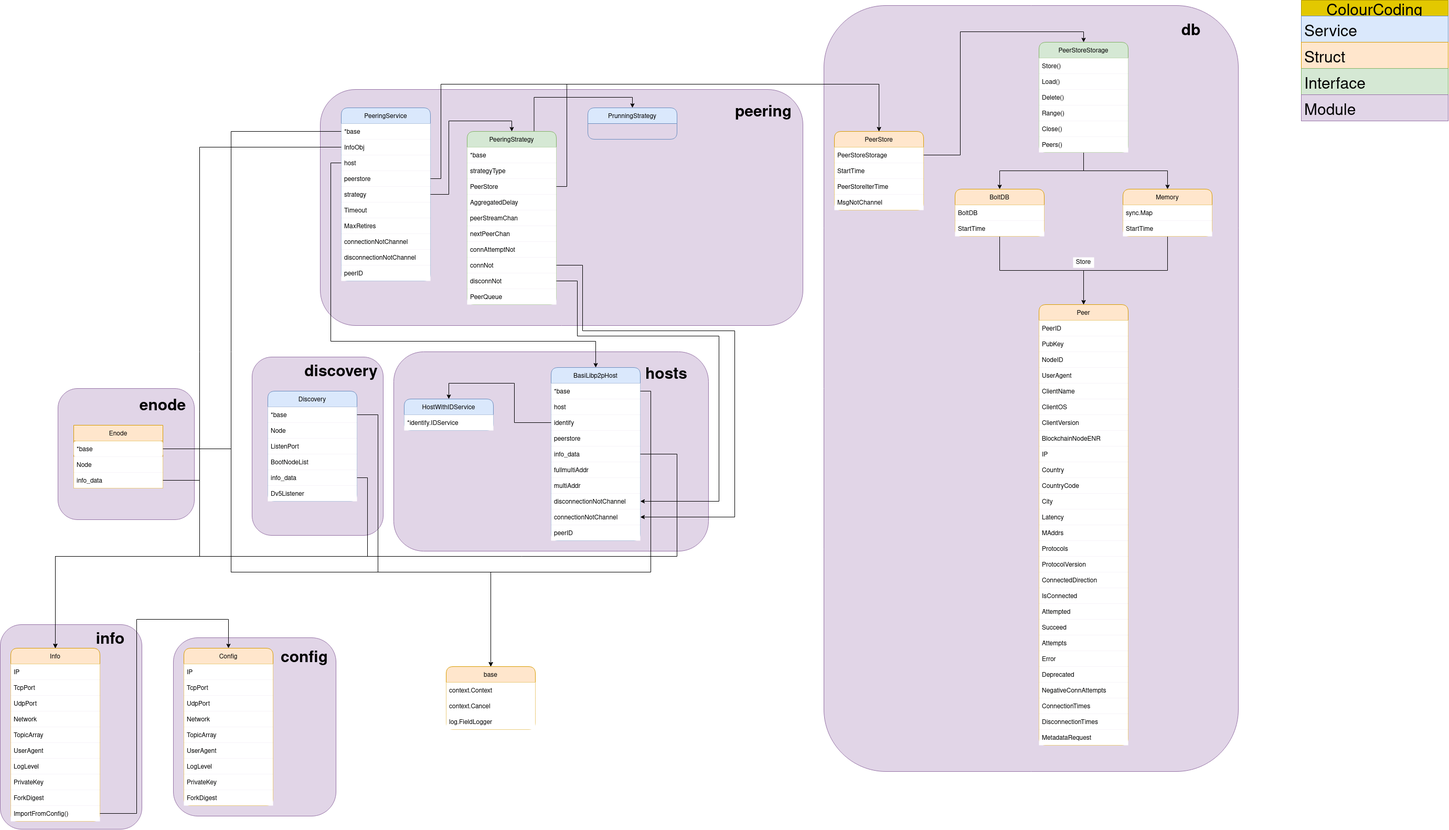
The draw.io diagram doc/modules/Armiarma_packages.drawio.png in migalabs/armiarma, before a commit. Source tidied: cells renumbered, new cells last; positions are measured from the earlier drawing's top-left corner, leaving out a move shared by most shapes.
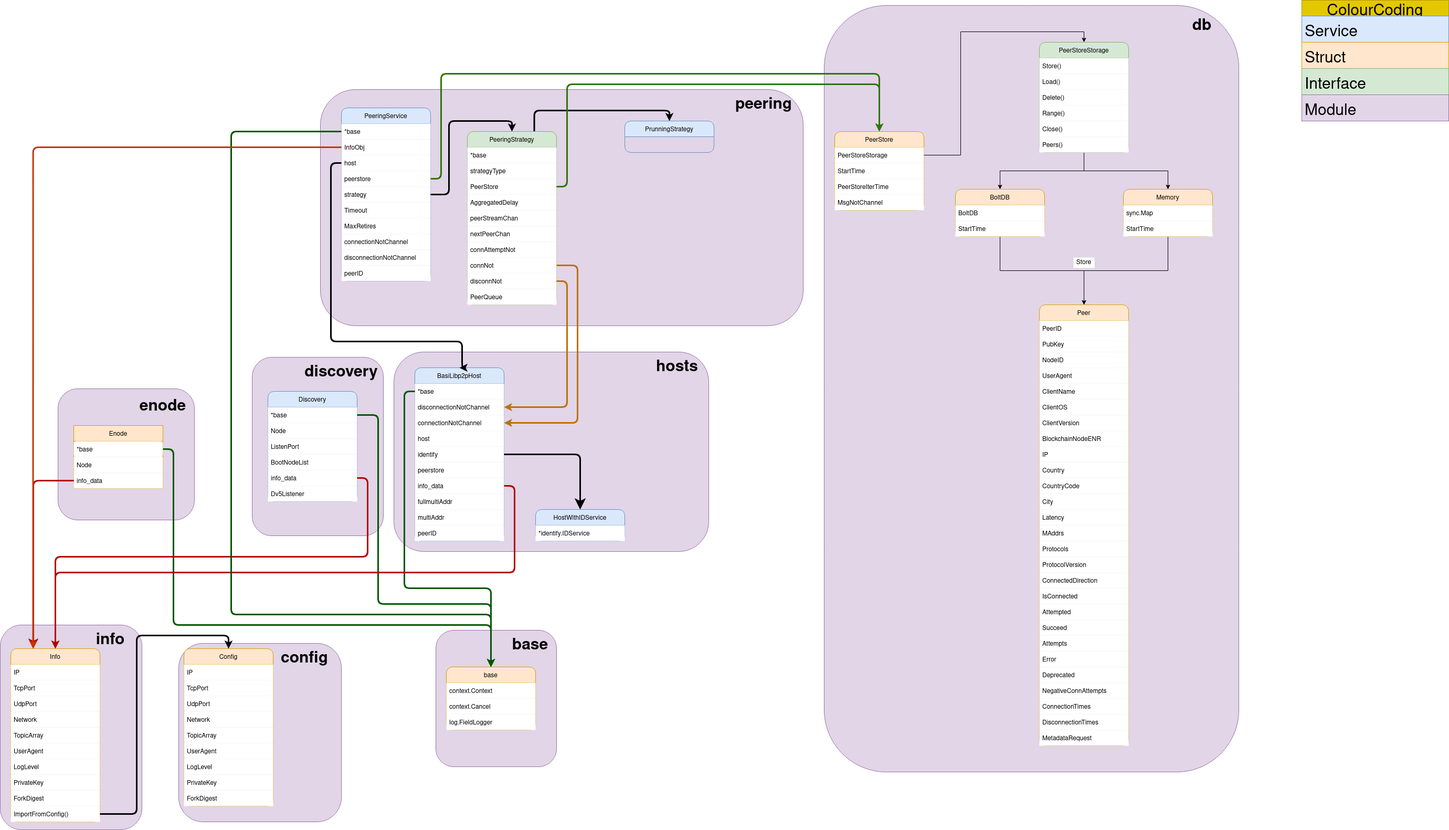
After the change.

Diff of the diagram source:
```diff
@@ -4,2 +4,5 @@
     <mxCell id="1" parent="0" />
+    <mxCell id="162" style="rounded=1;whiteSpace=wrap;html=1;fillColor=#e1d5e7;default;strokeColor=#9673a6;" parent="1" vertex="1">
+      <mxGeometry x="340" y="1225" width="310" height="340" as="geometry" />
+    </mxCell>
     <mxCell id="2" style="rounded=1;whiteSpace=wrap;html=1;fillColor=#e1d5e7;default;strokeColor=#9673a6;" parent="1" vertex="1">
@@ -14,3 +17,3 @@
     <mxCell id="5" style="rounded=1;whiteSpace=wrap;html=1;fillColor=#e1d5e7;default;strokeColor=#9673a6;" parent="1" vertex="1">
-      <mxGeometry x="330" y="1215" width="310" height="340" as="geometry" />
+      <mxGeometry x="830" y="1200" width="230" height="260" as="geometry" />
     </mxCell>
@@ -130,3 +133,3 @@
     </mxCell>
-    <mxCell id="44" style="edgeStyle=orthogonalEdgeStyle;rounded=0;jettySize=auto;html=1;exitX=1;exitY=0.5;exitDx=0;exitDy=0;entryX=0.5;entryY=0;entryDx=0;entryDy=0;" parent="1" edge="1" source="34" target="40">
+    <mxCell id="44" style="edgeStyle=orthogonalEdgeStyle;jettySize=auto;html=1;exitX=1;exitY=0.5;exitDx=0;exitDy=0;entryX=0.5;entryY=0;entryDx=0;entryDy=0;fillColor=#008a00;strokeColor=#005700;strokeWidth=3;rounded=1;" parent="1" edge="1" source="34" target="40">
       <mxGeometry relative="1" as="geometry">
@@ -134,4 +137,4 @@
           <mxPoint x="720" y="790" />
-          <mxPoint x="720" y="1090" />
-          <mxPoint x="935" y="1090" />
+          <mxPoint x="720" y="1150" />
+          <mxPoint x="935" y="1150" />
         </Array>
@@ -139,8 +142,8 @@
     </mxCell>
-    <mxCell id="45" style="edgeStyle=orthogonalEdgeStyle;rounded=0;jettySize=auto;html=1;exitX=1;exitY=0.5;exitDx=0;exitDy=0;entryX=0.5;entryY=0;entryDx=0;entryDy=0;" parent="1" edge="1" source="30" target="40">
+    <mxCell id="45" style="edgeStyle=orthogonalEdgeStyle;jettySize=auto;html=1;exitX=1;exitY=0.5;exitDx=0;exitDy=0;entryX=0.5;entryY=0;entryDx=0;entryDy=0;fillColor=#008a00;strokeColor=#005700;strokeWidth=3;rounded=1;" parent="1" edge="1" source="30" target="40">
       <mxGeometry relative="1" as="geometry">
         <Array as="points">
-          <mxPoint x="440" y="855" />
-          <mxPoint x="440" y="1090" />
-          <mxPoint x="935" y="1090" />
+          <mxPoint x="330" y="855" />
+          <mxPoint x="330" y="1190" />
+          <mxPoint x="935" y="1190" />
         </Array>
@@ -148,3 +151,3 @@
     </mxCell>
-    <mxCell id="46" style="edgeStyle=orthogonalEdgeStyle;rounded=0;jettySize=auto;html=1;exitX=1;exitY=0.5;exitDx=0;exitDy=0;entryX=0.5;entryY=0;entryDx=0;entryDy=0;" parent="1" edge="1" source="38" target="8">
+    <mxCell id="46" style="edgeStyle=orthogonalEdgeStyle;jettySize=auto;html=1;exitX=1;exitY=0.5;exitDx=0;exitDy=0;fillColor=#e51400;strokeColor=#B20000;strokeWidth=3;entryX=0.5;entryY=0;entryDx=0;entryDy=0;rounded=1;" parent="1" edge="1" source="38" target="8">
       <mxGeometry relative="1" as="geometry">
@@ -157,8 +160,7 @@
     </mxCell>
-    <mxCell id="47" style="edgeStyle=orthogonalEdgeStyle;rounded=0;jettySize=auto;html=1;exitX=1;exitY=0.5;exitDx=0;exitDy=0;entryX=0.5;entryY=0;entryDx=0;entryDy=0;" parent="1" edge="1" source="32" target="8">
+    <mxCell id="47" style="edgeStyle=orthogonalEdgeStyle;jettySize=auto;html=1;exitX=0;exitY=0.5;exitDx=0;exitDy=0;entryX=0.25;entryY=0;entryDx=0;entryDy=0;fillColor=#e51400;strokeColor=#B20000;strokeWidth=3;endSize=10;rounded=1;" parent="1" edge="1" source="32" target="8">
       <mxGeometry relative="1" as="geometry">
         <Array as="points">
-          <mxPoint x="380" y="915" />
-          <mxPoint x="380" y="1060" />
-          <mxPoint x="105" y="1060" />
+          <mxPoint x="63" y="915" />
+          <mxPoint x="63" y="1235" />
         </Array>
@@ -166,3 +168,3 @@
     </mxCell>
-    <mxCell id="48" style="edgeStyle=orthogonalEdgeStyle;rounded=0;jettySize=auto;html=1;exitX=1;exitY=0.5;exitDx=0;exitDy=0;entryX=0.5;entryY=0;entryDx=0;entryDy=0;" parent="1" edge="1" source="18" target="19">
+    <mxCell id="48" style="edgeStyle=orthogonalEdgeStyle;jettySize=auto;html=1;exitX=1;exitY=0.5;exitDx=0;exitDy=0;entryX=0.5;entryY=0;entryDx=0;entryDy=0;strokeWidth=3;fillColor=#76608a;strokeColor=#020103;rounded=1;" parent="1" edge="1" source="18" target="19">
       <mxGeometry relative="1" as="geometry">
@@ -170,4 +172,4 @@
           <mxPoint x="260" y="1550" />
-          <mxPoint x="260" y="1180" />
-          <mxPoint x="435" y="1180" />
+          <mxPoint x="260" y="1210" />
+          <mxPoint x="435" y="1210" />
         </Array>
@@ -176,3 +178,3 @@
     <mxCell id="49" value="BasiLibp2pHost" style="swimlane;fontStyle=0;horizontal=1;startSize=30;fillColor=#dae8fc;strokeColor=#6c8ebf;rounded=1;" parent="1" vertex="1">
-      <mxGeometry x="1050" y="700" width="170" height="330" as="geometry" />
+      <mxGeometry x="790" y="700" width="170" height="330" as="geometry" />
     </mxCell>
@@ -181,26 +183,26 @@
     </mxCell>
+    <mxCell id="57" value="disconnectionNotChannel" style="text;strokeColor=none;fillColor=default;align=left;verticalAlign=middle;spacingLeft=4;spacingRight=4;overflow=hidden;points=[[0,0.5],[1,0.5]];portConstraint=eastwest;" parent="49" vertex="1">
+      <mxGeometry y="60" width="170" height="30" as="geometry" />
+    </mxCell>
+    <mxCell id="58" value="connectionNotChannel" style="text;strokeColor=none;fillColor=default;align=left;verticalAlign=middle;spacingLeft=4;spacingRight=4;overflow=hidden;points=[[0,0.5],[1,0.5]];portConstraint=eastwest;" parent="49" vertex="1">
+      <mxGeometry y="90" width="170" height="30" as="geometry" />
+    </mxCell>
     <mxCell id="51" value="host" style="text;strokeColor=none;fillColor=default;align=left;verticalAlign=middle;spacingLeft=4;spacingRight=4;overflow=hidden;" parent="49" vertex="1">
-      <mxGeometry y="60" width="170" height="30" as="geometry" />
+      <mxGeometry y="120" width="170" height="30" as="geometry" />
     </mxCell>
     <mxCell id="52" value="identify" style="text;strokeColor=none;fillColor=default;align=left;verticalAlign=middle;spacingLeft=4;spacingRight=4;overflow=hidden;points=[[0,0.5],[1,0.5]];portConstraint=eastwest;" parent="49" vertex="1">
-      <mxGeometry y="90" width="170" height="30" as="geometry" />
+      <mxGeometry y="150" width="170" height="30" as="geometry" />
     </mxCell>
     <mxCell id="53" value="peerstore" style="text;strokeColor=none;fillColor=default;align=left;verticalAlign=middle;spacingLeft=4;spacingRight=4;overflow=hidden;" parent="49" vertex="1">
-      <mxGeometry y="120" width="170" height="30" as="geometry" />
+      <mxGeometry y="180" width="170" height="30" as="geometry" />
     </mxCell>
     <mxCell id="54" value="info_data" style="text;strokeColor=none;fillColor=default;align=left;verticalAlign=middle;spacingLeft=4;spacingRight=4;overflow=hidden;points=[[0,0.5],[1,0.5]];portConstraint=eastwest;" parent="49" vertex="1">
-      <mxGeometry y="150" width="170" height="30" as="geometry" />
+      <mxGeometry y="210" width="170" height="30" as="geometry" />
     </mxCell>
     <mxCell id="55" value="fullmultiAddr" style="text;strokeColor=none;fillColor=default;align=left;verticalAlign=middle;spacingLeft=4;spacingRight=4;overflow=hidden;" parent="49" vertex="1">
-      <mxGeometry y="180" width="170" height="30" as="geometry" />
+      <mxGeometry y="240" width="170" height="30" as="geometry" />
     </mxCell>
     <mxCell id="56" value="multiAddr" style="text;strokeColor=none;fillColor=default;align=left;verticalAlign=middle;spacingLeft=4;spacingRight=4;overflow=hidden;" parent="49" vertex="1">
-      <mxGeometry y="210" width="170" height="30" as="geometry" />
+      <mxGeometry y="270" width="170" height="30" as="geometry" />
     </mxCell>
-    <mxCell id="57" value="disconnectionNotChannel" style="text;strokeColor=none;fillColor=default;align=left;verticalAlign=middle;spacingLeft=4;spacingRight=4;overflow=hidden;points=[[0,0.5],[1,0.5]];portConstraint=eastwest;" parent="49" vertex="1">
-      <mxGeometry y="240" width="170" height="30" as="geometry" />
-    </mxCell>
-    <mxCell id="58" value="connectionNotChannel" style="text;strokeColor=none;fillColor=default;align=left;verticalAlign=middle;spacingLeft=4;spacingRight=4;overflow=hidden;points=[[0,0.5],[1,0.5]];portConstraint=eastwest;" parent="49" vertex="1">
-      <mxGeometry y="270" width="170" height="30" as="geometry" />
-    </mxCell>
     <mxCell id="59" value="peerID" style="text;strokeColor=none;fillColor=default;align=left;verticalAlign=middle;spacingLeft=4;spacingRight=4;overflow=hidden;" parent="49" vertex="1">
@@ -208,8 +210,8 @@
     </mxCell>
-    <mxCell id="60" style="edgeStyle=orthogonalEdgeStyle;rounded=0;jettySize=auto;html=1;exitX=1;exitY=0.5;exitDx=0;exitDy=0;entryX=0.5;entryY=0;entryDx=0;entryDy=0;" parent="1" edge="1" source="50" target="40">
+    <mxCell id="60" style="edgeStyle=orthogonalEdgeStyle;jettySize=auto;html=1;exitX=0;exitY=0.5;exitDx=0;exitDy=0;entryX=0.5;entryY=0;entryDx=0;entryDy=0;fillColor=#008a00;strokeColor=#005700;strokeWidth=3;rounded=1;" parent="1" edge="1" source="50" target="40">
       <mxGeometry relative="1" as="geometry">
         <Array as="points">
-          <mxPoint x="1240" y="745" />
-          <mxPoint x="1240" y="1090" />
-          <mxPoint x="935" y="1090" />
+          <mxPoint x="770" y="745" />
+          <mxPoint x="770" y="1120" />
+          <mxPoint x="935" y="1120" />
         </Array>
@@ -217,8 +219,8 @@
     </mxCell>
-    <mxCell id="61" style="edgeStyle=orthogonalEdgeStyle;rounded=0;jettySize=auto;html=1;exitX=1;exitY=0.5;exitDx=0;exitDy=0;entryX=0.5;entryY=0;entryDx=0;entryDy=0;" parent="1" edge="1" source="54" target="8">
+    <mxCell id="61" style="edgeStyle=orthogonalEdgeStyle;jettySize=auto;html=1;exitX=1;exitY=0.5;exitDx=0;exitDy=0;fillColor=#e51400;strokeColor=#B20000;strokeWidth=3;entryX=0.5;entryY=0;entryDx=0;entryDy=0;rounded=1;" parent="1" edge="1" source="54" target="8">
       <mxGeometry relative="1" as="geometry">
         <Array as="points">
-          <mxPoint x="1290" y="865" />
-          <mxPoint x="1290" y="1060" />
-          <mxPoint x="105" y="1060" />
+          <mxPoint x="980" y="925" />
+          <mxPoint x="980" y="1090" />
+          <mxPoint x="105" y="1090" />
         </Array>
@@ -389,3 +391,3 @@
     <mxCell id="114" value="db" style="text;html=1;strokeColor=none;fillColor=none;align=center;verticalAlign=middle;whiteSpace=wrap;rounded=0;fontSize=30;fontStyle=1;labelBackgroundColor=none;" parent="1" vertex="1">
-      <mxGeometry x="2230" y="30" width="80" height="60" as="geometry" />
+      <mxGeometry x="2250" y="20" width="80" height="60" as="geometry" />
     </mxCell>
@@ -398,3 +400,3 @@
     <mxCell id="117" value="hosts" style="text;html=1;strokeColor=none;fillColor=none;align=center;verticalAlign=middle;whiteSpace=wrap;rounded=0;fontSize=30;fontStyle=1;labelBackgroundColor=none;" parent="1" vertex="1">
-      <mxGeometry x="1230" y="685" width="80" height="60" as="geometry" />
+      <mxGeometry x="1250" y="670" width="80" height="60" as="geometry" />
     </mxCell>
@@ -407,3 +409,3 @@
     <mxCell id="120" value="HostWithIDService" style="swimlane;fontStyle=0;horizontal=1;startSize=30;fillColor=#dae8fc;strokeColor=#6c8ebf;rounded=1;" parent="1" vertex="1">
-      <mxGeometry x="770" y="760" width="170" height="60" as="geometry" />
+      <mxGeometry x="1020" y="970" width="170" height="60" as="geometry" />
     </mxCell>
@@ -412,8 +414,6 @@
     </mxCell>
-    <mxCell id="122" style="edgeStyle=orthogonalEdgeStyle;rounded=0;jettySize=auto;html=1;exitX=0;exitY=0.5;exitDx=0;exitDy=0;entryX=0.5;entryY=0;entryDx=0;entryDy=0;fontSize=30;" parent="1" edge="1" source="52" target="120">
+    <mxCell id="122" style="edgeStyle=orthogonalEdgeStyle;rounded=1;jettySize=auto;html=1;entryX=0.5;entryY=0;entryDx=0;entryDy=0;fontSize=42;verticalAlign=middle;startSize=46;strokeWidth=3;endSize=12;exitX=1;exitY=0.5;exitDx=0;exitDy=0;" parent="1" edge="1" source="49" target="120">
       <mxGeometry relative="1" as="geometry">
         <Array as="points">
-          <mxPoint x="980" y="805" />
-          <mxPoint x="980" y="730" />
-          <mxPoint x="855" y="730" />
+          <mxPoint x="1105" y="865" />
         </Array>
@@ -458,5 +458,5 @@
     <mxCell id="135" value="peering" style="text;html=1;strokeColor=none;fillColor=none;align=center;verticalAlign=middle;whiteSpace=wrap;rounded=0;fontSize=30;fontStyle=1;labelBackgroundColor=none;" parent="1" vertex="1">
-      <mxGeometry x="1390" y="185" width="130" height="60" as="geometry" />
+      <mxGeometry x="1390" y="170" width="130" height="60" as="geometry" />
     </mxCell>
-    <mxCell id="136" style="edgeStyle=orthogonalEdgeStyle;rounded=0;jettySize=auto;html=1;entryX=0.5;entryY=0;entryDx=0;entryDy=0;fontSize=30;exitX=0;exitY=0.5;exitDx=0;exitDy=0;" parent="1" edge="1" source="125" target="40">
+    <mxCell id="136" style="edgeStyle=orthogonalEdgeStyle;jettySize=auto;html=1;entryX=0.5;entryY=0;entryDx=0;entryDy=0;fontSize=30;exitX=0;exitY=0.5;exitDx=0;exitDy=0;fillColor=#008a00;strokeColor=#005700;strokeWidth=3;rounded=1;" parent="1" edge="1" source="125" target="40">
       <mxGeometry relative="1" as="geometry">
@@ -464,4 +464,4 @@
           <mxPoint x="440" y="250" />
-          <mxPoint x="440" y="1090" />
-          <mxPoint x="935" y="1090" />
+          <mxPoint x="440" y="1170" />
+          <mxPoint x="935" y="1170" />
         </Array>
@@ -469,8 +469,6 @@
     </mxCell>
-    <mxCell id="137" style="edgeStyle=orthogonalEdgeStyle;rounded=0;jettySize=auto;html=1;exitX=0;exitY=0.5;exitDx=0;exitDy=0;entryX=0.5;entryY=0;entryDx=0;entryDy=0;fontSize=30;" parent="1" edge="1" source="126" target="8">
+    <mxCell id="137" style="edgeStyle=orthogonalEdgeStyle;jettySize=auto;html=1;exitX=0;exitY=0.5;exitDx=0;exitDy=0;fontSize=30;fillColor=#fa6800;strokeColor=#C73500;strokeWidth=3;rounded=1;entryX=0.25;entryY=0;entryDx=0;entryDy=0;" parent="1" edge="1" source="126" target="8">
       <mxGeometry relative="1" as="geometry">
         <Array as="points">
-          <mxPoint x="380" y="280" />
-          <mxPoint x="380" y="1060" />
-          <mxPoint x="105" y="1060" />
+          <mxPoint x="63" y="280" />
         </Array>
@@ -478,3 +476,3 @@
     </mxCell>
-    <mxCell id="138" style="edgeStyle=orthogonalEdgeStyle;rounded=0;jettySize=auto;html=1;exitX=0;exitY=0.5;exitDx=0;exitDy=0;entryX=0.5;entryY=0;entryDx=0;entryDy=0;fontSize=30;" parent="1" edge="1" source="127" target="49">
+    <mxCell id="138" style="edgeStyle=orthogonalEdgeStyle;rounded=1;jettySize=auto;html=1;exitX=0;exitY=0.5;exitDx=0;exitDy=0;entryX=0.5;entryY=0;entryDx=0;entryDy=0;fontSize=30;strokeWidth=3;" parent="1" edge="1" source="127" target="49">
       <mxGeometry relative="1" as="geometry">
@@ -483,3 +481,4 @@
           <mxPoint x="630" y="650" />
-          <mxPoint x="1135" y="650" />
+          <mxPoint x="880" y="650" />
+          <mxPoint x="880" y="700" />
         </Array>
@@ -487,3 +486,3 @@
     </mxCell>
-    <mxCell id="139" style="edgeStyle=orthogonalEdgeStyle;rounded=0;jettySize=auto;html=1;exitX=0.75;exitY=0;exitDx=0;exitDy=0;entryX=0.5;entryY=0;entryDx=0;entryDy=0;fontSize=30;" parent="1" edge="1" source="140" target="160">
+    <mxCell id="139" style="edgeStyle=orthogonalEdgeStyle;rounded=1;jettySize=auto;html=1;exitX=0.75;exitY=0;exitDx=0;exitDy=0;entryX=0.5;entryY=0;entryDx=0;entryDy=0;fontSize=30;strokeWidth=3;" parent="1" edge="1" source="140" target="160">
       <mxGeometry relative="1" as="geometry" />
@@ -523,9 +522,7 @@
     </mxCell>
-    <mxCell id="151" style="edgeStyle=orthogonalEdgeStyle;rounded=0;jettySize=auto;html=1;exitX=1;exitY=0.5;exitDx=0;exitDy=0;entryX=1;entryY=0.5;entryDx=0;entryDy=0;fontSize=30;" parent="1" edge="1" source="148" target="58">
+    <mxCell id="151" style="edgeStyle=orthogonalEdgeStyle;rounded=1;jettySize=auto;html=1;exitX=1;exitY=0.5;exitDx=0;exitDy=0;entryX=1;entryY=0.5;entryDx=0;entryDy=0;fontSize=30;fillColor=#f0a30a;strokeColor=#BD7000;strokeWidth=3;" parent="1" edge="1" source="148" target="58">
       <mxGeometry relative="1" as="geometry">
         <Array as="points">
-          <mxPoint x="1110" y="505" />
-          <mxPoint x="1110" y="630" />
-          <mxPoint x="1400" y="630" />
-          <mxPoint x="1400" y="985" />
+          <mxPoint x="1100" y="505" />
+          <mxPoint x="1100" y="805" />
         </Array>
@@ -533,9 +530,7 @@
     </mxCell>
-    <mxCell id="152" style="edgeStyle=orthogonalEdgeStyle;rounded=0;jettySize=auto;html=1;exitX=1;exitY=0.5;exitDx=0;exitDy=0;entryX=1;entryY=0.5;entryDx=0;entryDy=0;fontSize=30;" parent="1" edge="1" source="149" target="57">
+    <mxCell id="152" style="edgeStyle=orthogonalEdgeStyle;rounded=1;jettySize=auto;html=1;exitX=1;exitY=0.5;exitDx=0;exitDy=0;entryX=1;entryY=0.5;entryDx=0;entryDy=0;fontSize=30;fillColor=#f0a30a;strokeColor=#BD7000;strokeWidth=3;" parent="1" edge="1" source="149" target="57">
       <mxGeometry relative="1" as="geometry">
         <Array as="points">
-          <mxPoint x="1100" y="535" />
-          <mxPoint x="1100" y="640" />
-          <mxPoint x="1370" y="640" />
-          <mxPoint x="1370" y="955" />
+          <mxPoint x="1080" y="535" />
+          <mxPoint x="1080" y="775" />
         </Array>
@@ -543,3 +538,3 @@
     </mxCell>
-    <mxCell id="153" style="edgeStyle=orthogonalEdgeStyle;rounded=0;jettySize=auto;html=1;exitX=1;exitY=0.5;exitDx=0;exitDy=0;entryX=0.5;entryY=0;entryDx=0;entryDy=0;fontSize=30;" parent="1" edge="1" source="143" target="62">
+    <mxCell id="153" style="edgeStyle=orthogonalEdgeStyle;rounded=1;jettySize=auto;html=1;exitX=1;exitY=0.5;exitDx=0;exitDy=0;entryX=0.5;entryY=0;entryDx=0;entryDy=0;fontSize=30;fillColor=#60a917;strokeColor=#2D7600;strokeWidth=3;" parent="1" edge="1" source="143" target="62">
       <mxGeometry relative="1" as="geometry">
@@ -552,3 +547,3 @@
     </mxCell>
-    <mxCell id="154" style="edgeStyle=orthogonalEdgeStyle;rounded=0;jettySize=auto;html=1;exitX=1;exitY=0.5;exitDx=0;exitDy=0;entryX=0.5;entryY=0;entryDx=0;entryDy=0;fontSize=30;" parent="1" edge="1" source="128" target="62">
+    <mxCell id="154" style="edgeStyle=orthogonalEdgeStyle;rounded=1;jettySize=auto;html=1;exitX=1;exitY=0.5;exitDx=0;exitDy=0;entryX=0.5;entryY=0;entryDx=0;entryDy=0;fontSize=30;fillColor=#60a917;strokeColor=#2D7600;strokeWidth=3;" parent="1" edge="1" source="128" target="62">
       <mxGeometry relative="1" as="geometry">
@@ -556,4 +551,4 @@
           <mxPoint x="840" y="340" />
-          <mxPoint x="840" y="160" />
-          <mxPoint x="1675" y="160" />
+          <mxPoint x="840" y="140" />
+          <mxPoint x="1675" y="140" />
         </Array>
@@ -577,7 +572,10 @@
     <mxCell id="160" value="PrunningStrategy" style="swimlane;fontStyle=0;horizontal=1;startSize=30;fillColor=#dae8fc;strokeColor=#6c8ebf;rounded=1;" parent="1" vertex="1">
-      <mxGeometry x="1120" y="205" width="170" height="60" as="geometry" />
+      <mxGeometry x="1190" y="230" width="170" height="60" as="geometry" />
     </mxCell>
-    <mxCell id="161" style="edgeStyle=orthogonalEdgeStyle;rounded=0;jettySize=auto;html=1;exitX=1;exitY=0.5;exitDx=0;exitDy=0;entryX=0.5;entryY=0;entryDx=0;entryDy=0;fontSize=30;" parent="1" edge="1" source="129" target="140">
+    <mxCell id="161" style="edgeStyle=orthogonalEdgeStyle;rounded=1;jettySize=auto;html=1;exitX=1;exitY=0.5;exitDx=0;exitDy=0;entryX=0.5;entryY=0;entryDx=0;entryDy=0;fontSize=30;strokeWidth=3;" parent="1" edge="1" source="129" target="140">
       <mxGeometry relative="1" as="geometry" />
     </mxCell>
+    <mxCell id="163" value="base" style="text;html=1;strokeColor=none;fillColor=none;align=center;verticalAlign=middle;whiteSpace=wrap;rounded=0;fontSize=30;fontStyle=1;labelBackgroundColor=none;" parent="1" vertex="1">
+      <mxGeometry x="970" y="1200" width="80" height="60" as="geometry" />
+    </mxCell>
   </root>
```
